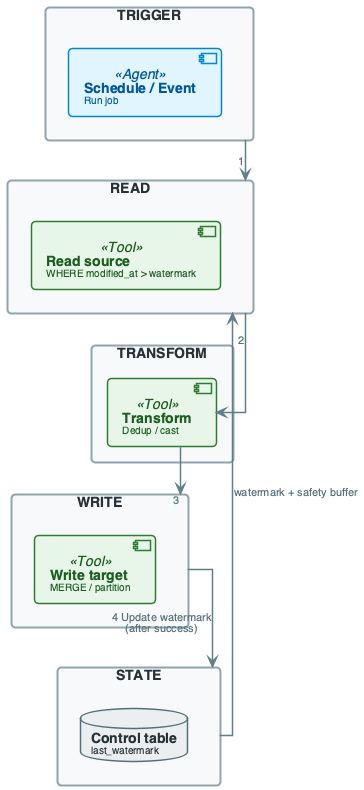
This is diagrams/week04/week4_lecture_slide22_execution_flow.png from OrPerets/data-engineering-course, a PlantUML export, as it was before one commit.
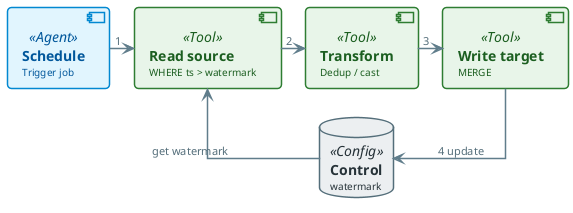
The same file after the commit.

What changed in the source:
```diff
@@ -118,30 +118,21 @@
 }
 
 
-rectangle "TRIGGER" #F8F9FA {
-    component "**Schedule / Event**\n<size:10>Run job</size>" as TRIGGER1 <<Agent>>
-}
 
-rectangle "READ" #F8F9FA {
-    component "**Read source**\n<size:10>WHERE modified_at > watermark</size>" as READ1 <<Tool>>
-}
+component "**Schedule**\n<size:10>Trigger job</size>" as TRIGGER1 <<Agent>>
 
-rectangle "TRANSFORM" #F8F9FA {
-    component "**Transform**\n<size:10>Dedup / cast</size>" as TRANSFORM_STEP <<Tool>>
-}
+component "**Read source**\n<size:10>WHERE ts > watermark</size>" as READ1 <<Tool>>
 
-rectangle "WRITE" #F8F9FA {
-    component "**Write target**\n<size:10>MERGE / partition</size>" as WRITE1 <<Tool>>
-}
+component "**Transform**\n<size:10>Dedup / cast</size>" as TRANSFORM_STEP <<Tool>>
 
-rectangle "STATE" #F8F9FA {
-    database "**Control table**\n<size:10>last_watermark</size>" as STATE1
-}
+component "**Write target**\n<size:10>MERGE</size>" as WRITE1 <<Tool>>
 
-TRIGGER --> READ : "1"
-READ --> TRANSFORM_STEP : "2"
-TRANSFORM_STEP --> WRITE : "3"
-WRITE --> STATE : "4 Update watermark\n(after success)"
-STATE --> READ : "watermark + safety buffer"
+database "**Control**\n<size:10>watermark</size>" as STATE1 <<Config>>
+
+TRIGGER1 -right-> READ1 : "1"
+READ1 -right-> TRANSFORM_STEP : "2"
+TRANSFORM_STEP -right-> WRITE1 : "3"
+WRITE1 -down-> STATE1 : "4 update"
+STATE1 -up-> READ1 : "get watermark"
 
 @enduml
```
